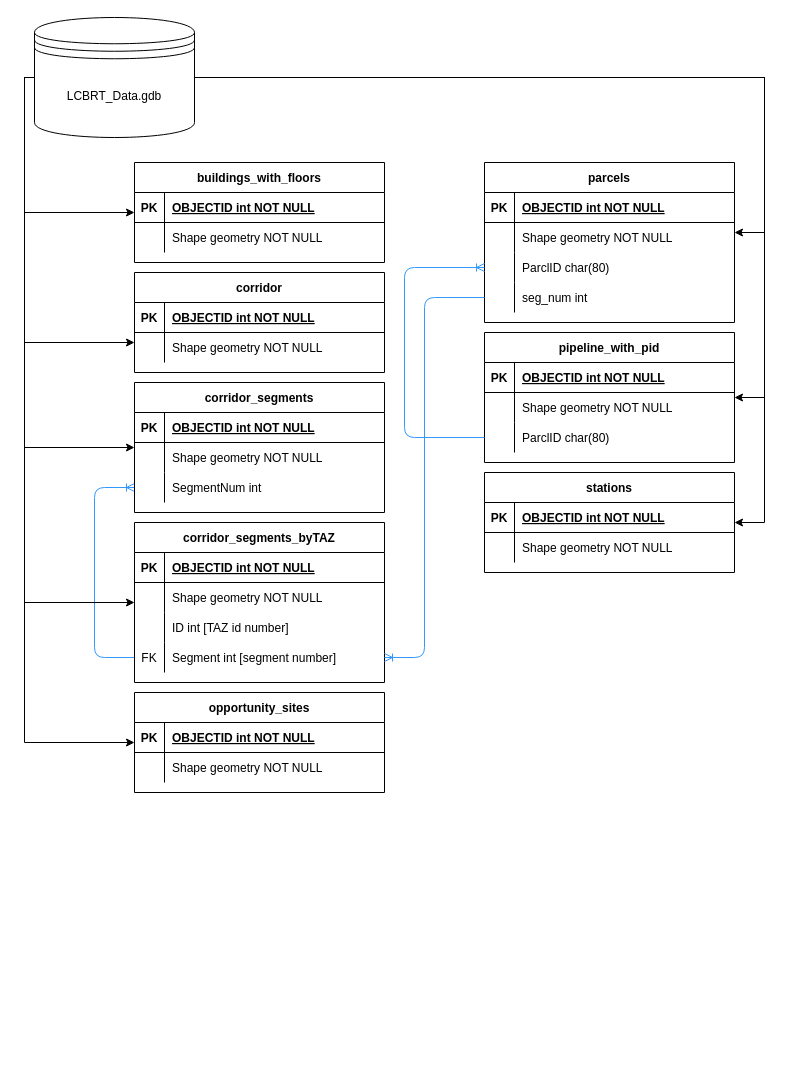
Earlier version of the draw.io diagram page "Relationships" (1 of 9) of Untitled Diagram.drawio (renaissanceplanning/LCBRT_TOD). Source tidied: cells renumbered, new cells numbered last; positions are measured from the earlier drawing's top-left corner, leaving out a move shared by most shapes. Both pictures are drawn from the tidied source at 100%, with x=0, y=0 at pixel (24, 17).
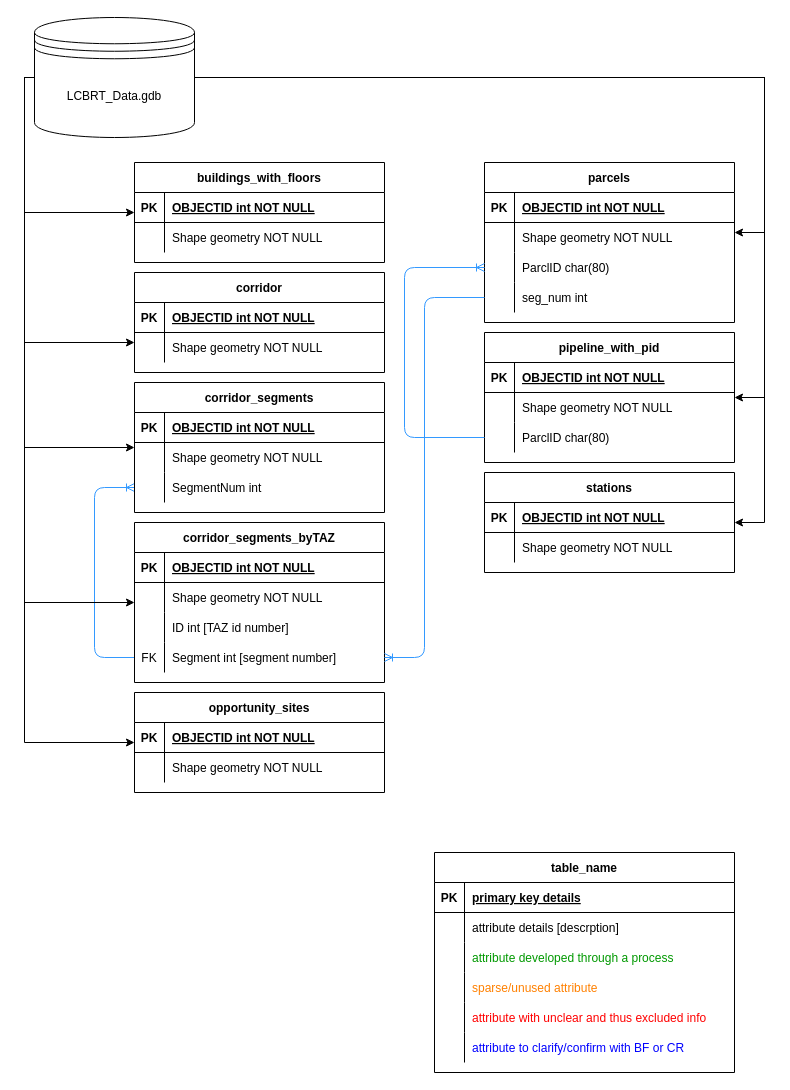
The same diagram, later.

Diff of the diagram source:
```diff
@@
+    <mxCell id="88" value="table_name" style="shape=table;startSize=30;childLayout=tableLayout;rowLines=0;fontStyle=1;align=center;" parent="1" vertex="1">
+      <mxGeometry x="410" y="835" width="300" height="220" as="geometry" />
+    </mxCell>
+    <mxCell id="89" style="shape=partialRectangle;fillColor=none;top=0;left=0;right=0;bottom=1;" parent="88" vertex="1">
+      <mxGeometry y="30" width="300" height="30" as="geometry" />
+    </mxCell>
+    <mxCell id="90" value="PK" style="shape=partialRectangle;overflow=hidden;fillColor=none;top=0;left=0;bottom=0;right=0;fontStyle=1;" parent="89" vertex="1">
+      <mxGeometry width="30" height="30" as="geometry" />
+    </mxCell>
+    <mxCell id="91" value="primary key details" style="shape=partialRectangle;overflow=hidden;fillColor=none;top=0;left=0;bottom=0;right=0;align=left;spacingLeft=6;fontStyle=5;" parent="89" vertex="1">
+      <mxGeometry x="30" width="270" height="30" as="geometry" />
+    </mxCell>
+    <mxCell id="92" style="shape=partialRectangle;fillColor=none;top=0;left=0;right=0;bottom=0;" parent="88" vertex="1">
+      <mxGeometry y="60" width="300" height="30" as="geometry" />
+    </mxCell>
+    <mxCell id="93" style="shape=partialRectangle;overflow=hidden;fillColor=none;top=0;left=0;bottom=0;right=0;" parent="92" vertex="1">
+      <mxGeometry width="30" height="30" as="geometry" />
+    </mxCell>
+    <mxCell id="94" value="attribute details [descrption]" style="shape=partialRectangle;overflow=hidden;fillColor=none;top=0;left=0;bottom=0;right=0;align=left;spacingLeft=6;" parent="92" vertex="1">
+      <mxGeometry x="30" width="270" height="30" as="geometry" />
+    </mxCell>
+    <mxCell id="95" style="shape=partialRectangle;fillColor=none;top=0;left=0;right=0;bottom=0;fontColor=#009900;" parent="88" vertex="1">
+      <mxGeometry y="90" width="300" height="30" as="geometry" />
+    </mxCell>
+    <mxCell id="96" style="shape=partialRectangle;overflow=hidden;fillColor=none;top=0;left=0;bottom=0;right=0;" parent="95" vertex="1">
+      <mxGeometry width="30" height="30" as="geometry" />
+    </mxCell>
+    <mxCell id="97" value="attribute developed through a process" style="shape=partialRectangle;overflow=hidden;fillColor=none;top=0;left=0;bottom=0;right=0;align=left;spacingLeft=6;strokeColor=#009900;fontColor=#009900;" parent="95" vertex="1">
+      <mxGeometry x="30" width="270" height="30" as="geometry" />
+    </mxCell>
+    <mxCell id="98" style="shape=partialRectangle;fillColor=none;top=0;left=0;right=0;bottom=0;" parent="88" vertex="1">
+      <mxGeometry y="120" width="300" height="30" as="geometry" />
+    </mxCell>
+    <mxCell id="99" style="shape=partialRectangle;overflow=hidden;fillColor=none;top=0;left=0;bottom=0;right=0;" parent="98" vertex="1">
+      <mxGeometry width="30" height="30" as="geometry" />
+    </mxCell>
+    <mxCell id="100" value="sparse/unused attribute" style="shape=partialRectangle;overflow=hidden;fillColor=none;top=0;left=0;bottom=0;right=0;align=left;spacingLeft=6;fontColor=#FF8000;" parent="98" vertex="1">
+      <mxGeometry x="30" width="270" height="30" as="geometry" />
+    </mxCell>
+    <mxCell id="101" style="shape=partialRectangle;fillColor=none;top=0;left=0;right=0;bottom=0;" parent="88" vertex="1">
+      <mxGeometry y="150" width="300" height="30" as="geometry" />
+    </mxCell>
+    <mxCell id="102" style="shape=partialRectangle;overflow=hidden;fillColor=none;top=0;left=0;bottom=0;right=0;" parent="101" vertex="1">
+      <mxGeometry width="30" height="30" as="geometry" />
+    </mxCell>
+    <mxCell id="103" value="attribute with unclear and thus excluded info" style="shape=partialRectangle;overflow=hidden;fillColor=none;top=0;left=0;bottom=0;right=0;align=left;spacingLeft=6;fontColor=#FF0000;" parent="101" vertex="1">
+      <mxGeometry x="30" width="270" height="30" as="geometry" />
+    </mxCell>
+    <mxCell id="104" style="shape=partialRectangle;fillColor=none;top=0;left=0;right=0;bottom=0;" parent="88" vertex="1">
+      <mxGeometry y="180" width="300" height="30" as="geometry" />
+    </mxCell>
+    <mxCell id="105" style="shape=partialRectangle;overflow=hidden;fillColor=none;top=0;left=0;bottom=0;right=0;" parent="104" vertex="1">
+      <mxGeometry width="30" height="30" as="geometry" />
+    </mxCell>
+    <mxCell id="106" value="attribute to clarify/confirm with BF or CR" style="shape=partialRectangle;overflow=hidden;fillColor=none;top=0;left=0;bottom=0;right=0;align=left;spacingLeft=6;fontColor=#0000FF;" parent="104" vertex="1">
+      <mxGeometry x="30" width="270" height="30" as="geometry" />
+    </mxCell>
```
